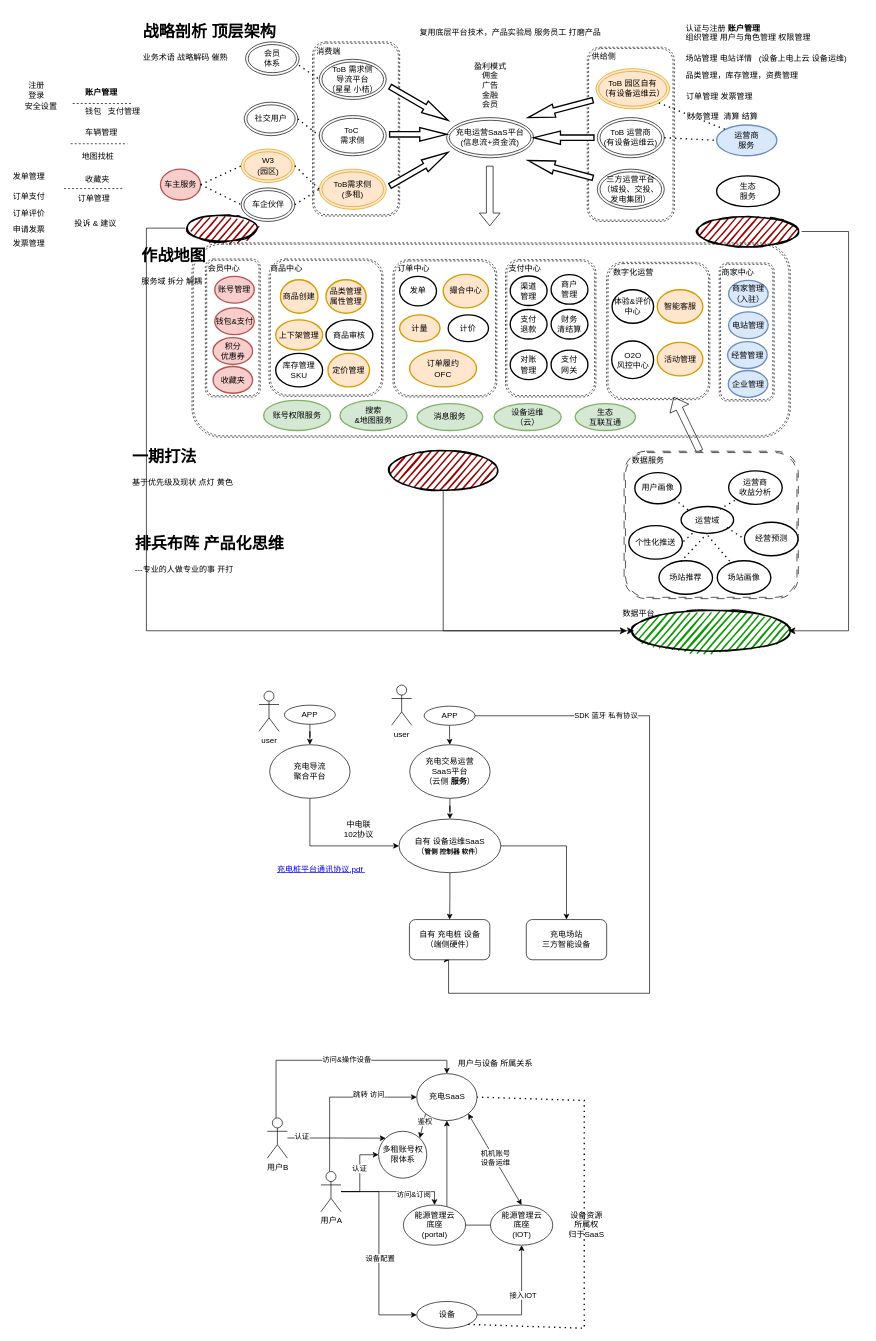
This is page "第 2 页" (1 of 2) of OO.drawio from numenshane/draw.io, a draw.io file, before an edit. Source tidied: cells renumbered, new cells numbered last; positions are measured from the earlier drawing's top-left corner, leaving out a move shared by most shapes. Both pictures are drawn from the tidied source at 67%, with x=0, y=0 at pixel (11, 13).
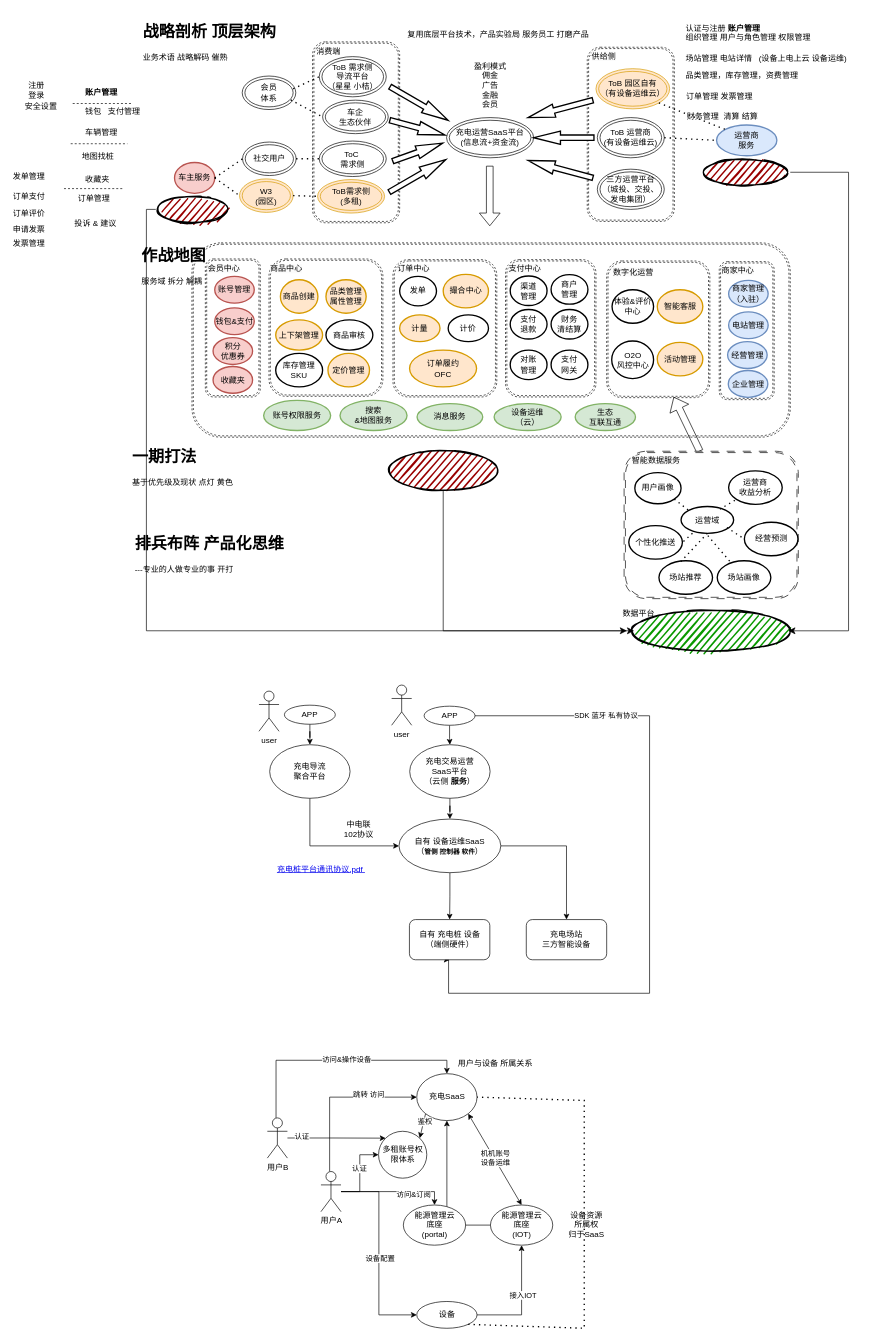
After the change.

The change refers to these unchanged cells:
```xml
<mxCell id="114" style="group;" parent="1" vertex="1">
  <mxGeometry x="914" y="662" width="292" height="260" as="geometry" />
</mxCell>
```

The edit, as a diff of the source:
```diff
@@
     <mxCell id="3" style="shape=ext;double=1;rounded=1;whiteSpace=wrap;html=1;dashed=1;" parent="1" vertex="1">
-      <mxGeometry x="888" y="371" width="154" height="205" as="geometry" />
+      <mxGeometry x="888" y="369" width="154" height="204" as="geometry" />
     </mxCell>
@@
     <mxCell id="6" style="shape=ext;double=1;rounded=1;whiteSpace=wrap;html=1;dashed=1;" parent="1" vertex="1">
-      <mxGeometry x="449" y="42" width="130" height="260" as="geometry" />
+      <mxGeometry x="449" y="42" width="130" height="270" as="geometry" />
     </mxCell>
@@
     <mxCell id="8" value="ToB 需求侧&lt;br&gt;导流平台&lt;br&gt;（星星 小桔）" style="ellipse;shape=doubleEllipse;whiteSpace=wrap;html=1;" parent="1" vertex="1">
-      <mxGeometry x="459" y="68" width="100" height="60" as="geometry" />
+      <mxGeometry x="459" y="64" width="100" height="60" as="geometry" />
     </mxCell>
@@
-    <mxCell id="11" value="ToC&amp;nbsp;&lt;br&gt;需求侧" style="ellipse;shape=doubleEllipse;whiteSpace=wrap;html=1;" parent="1" vertex="1">
-      <mxGeometry x="459" y="152" width="100" height="60" as="geometry" />
-    </mxCell>
@@
-    <mxCell id="15" style="verticalLabelPosition=bottom;verticalAlign=top;html=1;strokeWidth=2;shape=mxgraph.arrows2.arrow;dy=0.6;dx=40;notch=0;" parent="1" vertex="1">
-      <mxGeometry x="564" y="170" width="85" height="20" as="geometry" />
+    <mxCell id="15" style="verticalLabelPosition=bottom;verticalAlign=top;html=1;strokeWidth=2;shape=mxgraph.arrows2.arrow;dy=0.6;dx=40;notch=0;rotation=15;" parent="1" vertex="1">
+      <mxGeometry x="563" y="160" width="85" height="20" as="geometry" />
     </mxCell>
@@
-    <mxCell id="17" value="ToB需求侧&lt;br&gt;(多租)" style="ellipse;shape=doubleEllipse;whiteSpace=wrap;html=1;fillColor=#ffe6cc;strokeColor=#d79b00;" parent="1" vertex="1">
-      <mxGeometry x="459" y="232" width="100" height="60" as="geometry" />
-    </mxCell>
     <mxCell id="18" style="verticalLabelPosition=bottom;verticalAlign=top;html=1;strokeWidth=2;shape=mxgraph.arrows2.arrow;dy=0.6;dx=40;notch=0;rotation=-30;" parent="1" vertex="1">
-      <mxGeometry x="557.8" y="222" width="100" height="20" as="geometry" />
+      <mxGeometry x="557.2" y="231.9" width="97.2" height="20" as="geometry" />
     </mxCell>
@@
-    <mxCell id="21" value="车企伙伴" style="ellipse;shape=doubleEllipse;whiteSpace=wrap;html=1;" parent="1" vertex="1">
-      <mxGeometry x="342.5" y="260" width="80" height="50" as="geometry" />
+    <mxCell id="21" value="车企&lt;br&gt;生态伙伴" style="ellipse;shape=doubleEllipse;whiteSpace=wrap;html=1;" parent="1" vertex="1">
+      <mxGeometry x="464" y="129" width="98" height="50" as="geometry" />
     </mxCell>
     <mxCell id="22" value="会员&lt;br&gt;体系" style="ellipse;shape=doubleEllipse;whiteSpace=wrap;html=1;" parent="1" vertex="1">
-      <mxGeometry x="349" y="42" width="80" height="50" as="geometry" />
+      <mxGeometry x="344" y="93" width="80" height="50" as="geometry" />
     </mxCell>
-    <mxCell id="23" value="W3&lt;br&gt;(园区)" style="ellipse;shape=doubleEllipse;whiteSpace=wrap;html=1;fillColor=#ffe6cc;strokeColor=#d79b00;" parent="1" vertex="1">
-      <mxGeometry x="342.5" y="202" width="80" height="50" as="geometry" />
-    </mxCell>
-    <mxCell id="24" value="社交用户" style="ellipse;shape=doubleEllipse;whiteSpace=wrap;html=1;" parent="1" vertex="1">
-      <mxGeometry x="347" y="132" width="80" height="50" as="geometry" />
-    </mxCell>
@@
-    <mxCell id="37" style="endArrow=none;dashed=1;html=1;dashPattern=1 3;strokeWidth=2;rounded=0;exitX=0.998;exitY=0.7;exitDx=0;exitDy=0;exitPerimeter=0;entryX=0;entryY=0.5;entryDx=0;entryDy=0;" parent="1" edge="1" source="22" target="8">
+    <mxCell id="37" style="endArrow=none;dashed=1;html=1;dashPattern=1 3;strokeWidth=2;rounded=0;exitX=0.952;exitY=0.38;exitDx=0;exitDy=0;exitPerimeter=0;entryX=0;entryY=0.5;entryDx=0;entryDy=0;" parent="1" edge="1" source="22" target="8">
       <mxGeometry relative="1" as="geometry" />
     </mxCell>
-    <mxCell id="38" style="endArrow=none;dashed=1;html=1;dashPattern=1 3;strokeWidth=2;rounded=0;exitX=1;exitY=0.5;exitDx=0;exitDy=0;entryX=0;entryY=0.5;entryDx=0;entryDy=0;" parent="1" edge="1" source="21" target="17">
-      <mxGeometry relative="1" as="geometry" />
-    </mxCell>
@@
-    <mxCell id="53" value="车主服务" style="strokeWidth=2;html=1;shape=mxgraph.flowchart.start_1;whiteSpace=wrap;fillColor=#f8cecc;strokeColor=#b85450;" parent="1" vertex="1">
-      <mxGeometry x="222" y="232" width="60" height="46" as="geometry" />
-    </mxCell>
@@
-    <mxCell id="56" style="endArrow=none;dashed=1;html=1;dashPattern=1 3;strokeWidth=2;rounded=0;entryX=0;entryY=0.5;entryDx=0;entryDy=0;exitX=1;exitY=0.5;exitDx=0;exitDy=0;exitPerimeter=0;" parent="1" edge="1" source="53" target="23">
-      <mxGeometry relative="1" as="geometry" />
-    </mxCell>
     <mxCell id="57" value="复用底层平台技术，产品实验局 服务员工&amp;nbsp;打磨产品&amp;nbsp;" style="text;strokeColor=none;fillColor=none;align=left;verticalAlign=middle;spacingLeft=4;spacingRight=4;overflow=hidden;whiteSpace=wrap;html=1;" parent="1" vertex="1">
-      <mxGeometry x="603.2" y="0.2" width="310" height="55.5" as="geometry" />
+      <mxGeometry x="584.5" y="14.2" width="310" height="33.8" as="geometry" />
     </mxCell>
     <mxCell id="58" value="&lt;h1&gt;战略剖析 顶层架构&lt;/h1&gt;&lt;div&gt;业务术语 战略解码 催熟&lt;br&gt;&lt;/div&gt;" style="text;html=1;strokeColor=none;fillColor=none;spacing=5;spacingTop=-20;whiteSpace=wrap;overflow=hidden;rounded=0;" parent="1" vertex="1">
-      <mxGeometry x="191" y="7" width="250" height="120" as="geometry" />
+      <mxGeometry x="191" y="7" width="251" height="65" as="geometry" />
     </mxCell>
@@
-    <mxCell id="74" value="生态&lt;br&gt;服务" style="strokeWidth=2;html=1;shape=mxgraph.flowchart.start_1;whiteSpace=wrap;" parent="1" vertex="1">
-      <mxGeometry x="1052" y="242" width="94" height="46" as="geometry" />
-    </mxCell>
@@
     <mxCell id="79" style="ellipse;whiteSpace=wrap;html=1;strokeWidth=2;fillWeight=2;hachureGap=8;fillColor=#990000;fillStyle=dots;sketch=1;" parent="1" vertex="1">
-      <mxGeometry x="259" y="300" width="110" height="40" as="geometry" />
+      <mxGeometry x="215" y="272" width="110" height="40" as="geometry" />
     </mxCell>
     <mxCell id="80" style="ellipse;whiteSpace=wrap;html=1;strokeWidth=2;fillWeight=2;hachureGap=8;fillColor=#990000;fillStyle=dots;sketch=1;" parent="1" vertex="1">
-      <mxGeometry x="1019" y="302" width="160" height="46" as="geometry" />
+      <mxGeometry x="1029" y="216.6" width="133" height="40" as="geometry" />
     </mxCell>
@@
     <mxCell id="90" style="shape=ext;double=1;rounded=1;whiteSpace=wrap;html=1;dashed=1;" parent="1" vertex="1">
-      <mxGeometry x="1056" y="372" width="82" height="206" as="geometry" />
+      <mxGeometry x="1056" y="370" width="82" height="206" as="geometry" />
     </mxCell>
     <mxCell id="91" value="&lt;span style=&quot;color: rgb(0, 0, 0); font-family: Helvetica; font-size: 12px; font-style: normal; font-variant-ligatures: normal; font-variant-caps: normal; font-weight: 400; letter-spacing: normal; orphans: 2; text-align: center; text-indent: 0px; text-transform: none; widows: 2; word-spacing: 0px; -webkit-text-stroke-width: 0px; background-color: rgb(251, 251, 251); text-decoration-thickness: initial; text-decoration-style: initial; text-decoration-color: initial; float: none; display: inline !important;&quot;&gt;商家中心&lt;/span&gt;" style="text;whiteSpace=wrap;html=1;" parent="1" vertex="1">
-      <mxGeometry x="1058" y="373" width="80" height="40" as="geometry" />
+      <mxGeometry x="1058" y="370" width="80" height="40" as="geometry" />
     </mxCell>
@@
-    <mxCell id="117" value="&lt;span style=&quot;color: rgb(0, 0, 0); font-family: Helvetica; font-size: 12px; font-style: normal; font-variant-ligatures: normal; font-variant-caps: normal; font-weight: 400; letter-spacing: normal; orphans: 2; text-align: center; text-indent: 0px; text-transform: none; widows: 2; word-spacing: 0px; -webkit-text-stroke-width: 0px; background-color: rgb(251, 251, 251); text-decoration-thickness: initial; text-decoration-style: initial; text-decoration-color: initial; float: none; display: inline !important;&quot;&gt;数据服务&lt;/span&gt;" style="text;whiteSpace=wrap;html=1;" parent="114" vertex="1">
+    <mxCell id="117" value="&lt;span style=&quot;color: rgb(0, 0, 0); font-family: Helvetica; font-size: 12px; font-style: normal; font-variant-ligatures: normal; font-variant-caps: normal; font-weight: 400; letter-spacing: normal; orphans: 2; text-align: center; text-indent: 0px; text-transform: none; widows: 2; word-spacing: 0px; -webkit-text-stroke-width: 0px; background-color: rgb(251, 251, 251); text-decoration-thickness: initial; text-decoration-style: initial; text-decoration-color: initial; float: none; display: inline !important;&quot;&gt;智能数据服务&lt;/span&gt;" style="text;whiteSpace=wrap;html=1;" parent="114" vertex="1">
       <mxGeometry x="10" y="-9" width="105" height="40" as="geometry" />
     </mxCell>
@@
-    <mxCell id="162" style="endArrow=none;dashed=1;html=1;dashPattern=1 3;strokeWidth=2;rounded=0;exitX=1;exitY=0.5;exitDx=0;exitDy=0;entryX=0;entryY=0.5;entryDx=0;entryDy=0;" parent="1" edge="1" source="23" target="17">
-      <mxGeometry relative="1" as="geometry" />
-    </mxCell>
-    <mxCell id="163" style="endArrow=none;dashed=1;html=1;dashPattern=1 3;strokeWidth=2;rounded=0;exitX=1;exitY=0.5;exitDx=0;exitDy=0;entryX=0;entryY=0.5;entryDx=0;entryDy=0;" parent="1" edge="1" source="24" target="11">
-      <mxGeometry relative="1" as="geometry" />
-    </mxCell>
@@
-    <mxCell id="184" style="endArrow=none;dashed=1;html=1;dashPattern=1 3;strokeWidth=2;rounded=0;exitX=1;exitY=0.5;exitDx=0;exitDy=0;exitPerimeter=0;entryX=0;entryY=0.5;entryDx=0;entryDy=0;" parent="1" edge="1" source="53" target="21">
-      <mxGeometry relative="1" as="geometry" />
-    </mxCell>
+    <mxCell id="11" value="ToC&amp;nbsp;&lt;br&gt;需求侧" style="ellipse;shape=doubleEllipse;whiteSpace=wrap;html=1;" parent="1" vertex="1">
+      <mxGeometry x="459" y="190" width="100" height="53" as="geometry" />
+    </mxCell>
+    <mxCell id="17" value="ToB需求侧&lt;br&gt;(多租)" style="ellipse;shape=doubleEllipse;whiteSpace=wrap;html=1;fillColor=#ffe6cc;strokeColor=#d79b00;" parent="1" vertex="1">
+      <mxGeometry x="456.5" y="247.5" width="100" height="50" as="geometry" />
+    </mxCell>
+    <mxCell id="23" value="W3&lt;br&gt;(园区)" style="ellipse;shape=doubleEllipse;whiteSpace=wrap;html=1;fillColor=#ffe6cc;strokeColor=#d79b00;" parent="1" vertex="1">
+      <mxGeometry x="340" y="246.5" width="80" height="50" as="geometry" />
+    </mxCell>
+    <mxCell id="24" value="社交用户" style="ellipse;shape=doubleEllipse;whiteSpace=wrap;html=1;" parent="1" vertex="1">
+      <mxGeometry x="344.5" y="191.5" width="80" height="50" as="geometry" />
+    </mxCell>
+    <mxCell id="53" value="车主服务" style="strokeWidth=2;html=1;shape=mxgraph.flowchart.start_1;whiteSpace=wrap;fillColor=#f8cecc;strokeColor=#b85450;" parent="1" vertex="1">
+      <mxGeometry x="243" y="222" width="60" height="46" as="geometry" />
+    </mxCell>
+    <mxCell id="56" style="endArrow=none;dashed=1;html=1;dashPattern=1 3;strokeWidth=2;rounded=0;entryX=0;entryY=0.5;entryDx=0;entryDy=0;exitX=1;exitY=0.5;exitDx=0;exitDy=0;exitPerimeter=0;" parent="1" edge="1" source="53" target="23">
+      <mxGeometry relative="1" as="geometry" />
+    </mxCell>
+    <mxCell id="162" style="endArrow=none;dashed=1;html=1;dashPattern=1 3;strokeWidth=2;rounded=0;exitX=1;exitY=0.5;exitDx=0;exitDy=0;entryX=0;entryY=0.5;entryDx=0;entryDy=0;" parent="1" edge="1" source="23" target="17">
+      <mxGeometry relative="1" as="geometry" />
+    </mxCell>
+    <mxCell id="163" style="endArrow=none;dashed=1;html=1;dashPattern=1 3;strokeWidth=2;rounded=0;exitX=1;exitY=0.5;exitDx=0;exitDy=0;entryX=0;entryY=0.5;entryDx=0;entryDy=0;" parent="1" edge="1" source="24" target="11">
+      <mxGeometry relative="1" as="geometry" />
+    </mxCell>
+    <mxCell id="185" style="endArrow=none;dashed=1;html=1;dashPattern=1 3;strokeWidth=2;rounded=0;entryX=0;entryY=0.5;entryDx=0;entryDy=0;exitX=1;exitY=0.5;exitDx=0;exitDy=0;exitPerimeter=0;" parent="1" edge="1" source="53" target="24">
+      <mxGeometry relative="1" as="geometry" />
+    </mxCell>
+    <mxCell id="186" style="endArrow=none;dashed=1;html=1;dashPattern=1 3;strokeWidth=2;rounded=0;exitX=0.905;exitY=0.713;exitDx=0;exitDy=0;exitPerimeter=0;entryX=0;entryY=0.5;entryDx=0;entryDy=0;" parent="1" edge="1" source="22" target="21">
+      <mxGeometry relative="1" as="geometry" />
+    </mxCell>
+    <mxCell id="187" style="verticalLabelPosition=bottom;verticalAlign=top;html=1;strokeWidth=2;shape=mxgraph.arrows2.arrow;dy=0.6;dx=40;notch=0;rotation=-20;" parent="1" vertex="1">
+      <mxGeometry x="566.4" y="196.6" width="79.2" height="20" as="geometry" />
+    </mxCell>
```
